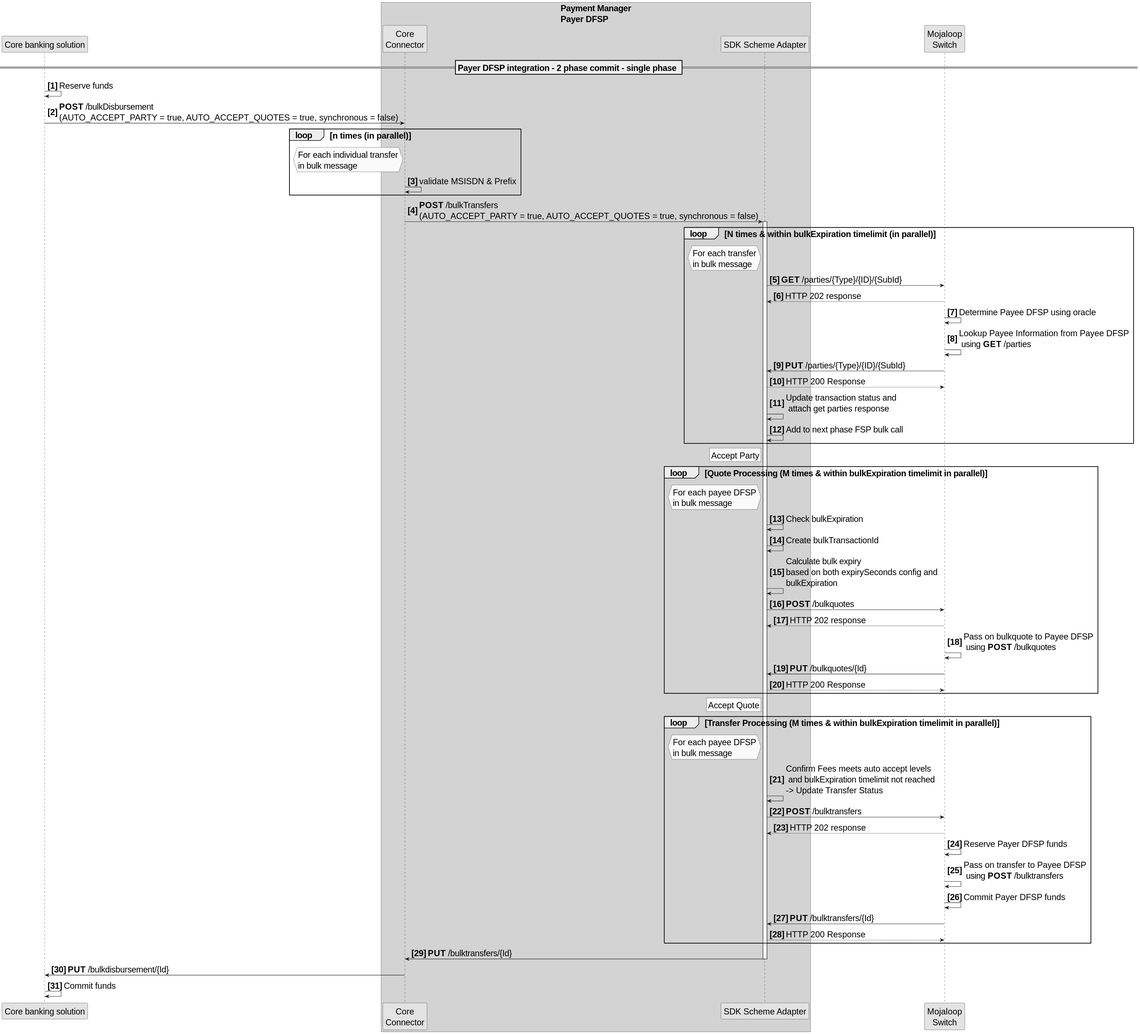
mojaloop/documentation keeps this PlantUML diagram as docs/technical/sdk-scheme-adapter/assets/sequence/PayerDFSPBulkSinglePhasePattern.svg. Above is the earlier version.
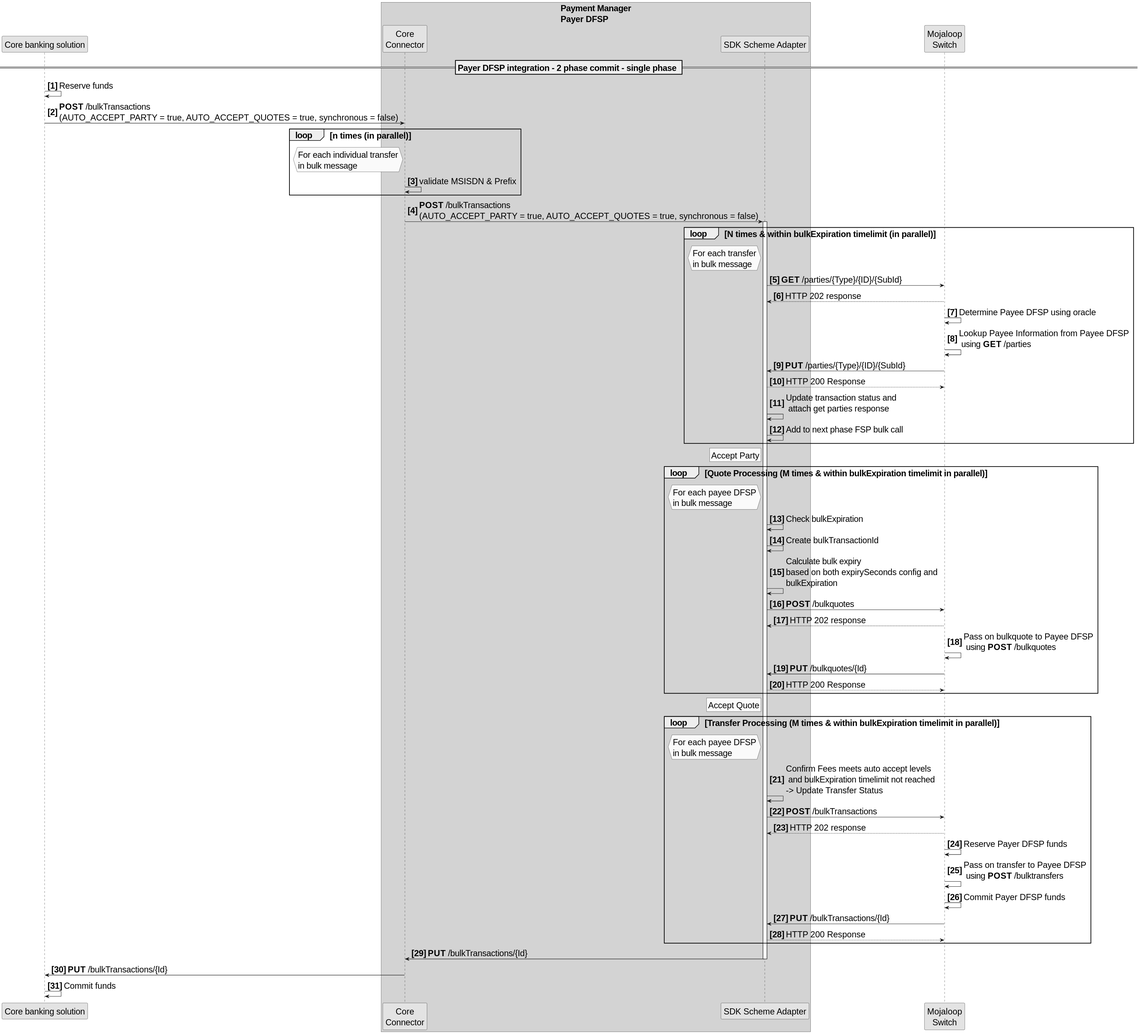
Above is the later version.

The edit, as a diff of the source:
```diff
@@ -17,7 +17,7 @@
 == Payer DFSP integration - 2 phase commit - single phase ==
 
 CBS->CBS: Reserve funds
-CBS->CC: **POST** /bulkDisbursement \n(AUTO_ACCEPT_PARTY = true, AUTO_ACCEPT_QUOTES = true, synchronous = false)
+CBS->CC: **POST** /bulkTransactions \n(AUTO_ACCEPT_PARTY = true, AUTO_ACCEPT_QUOTES = true, synchronous = false)
 Loop n times  (in parallel)
     hnote left of CC
         For each individual transfer
@@ -25,7 +25,7 @@
     end hnote
     CC -> CC: validate MSISDN & Prefix
 end Loop
-CC->MC: **POST** /bulkTransfers \n(AUTO_ACCEPT_PARTY = true, AUTO_ACCEPT_QUOTES = true, synchronous = false)
+CC->MC: **POST** /bulkTransactions \n(AUTO_ACCEPT_PARTY = true, AUTO_ACCEPT_QUOTES = true, synchronous = false)
 activate MC
 loop N times & within bulkExpiration timelimit  (in parallel)
 hnote left of MC
@@ -71,19 +71,19 @@
   end hnote
   MC -> MC: Confirm Fees meets auto accept levels\n and bulkExpiration timelimit not reached \n-> Update Transfer Status
 
-  MC->Switch: **POST** /bulktransfers
+  MC->Switch: **POST** /bulkTransactions
   Switch-->MC: HTTP 202 response
   Switch->Switch: Reserve Payer DFSP funds
   Switch->Switch: Pass on transfer to Payee DFSP\n using **POST** /bulktransfers
   Switch->Switch: Commit Payer DFSP funds
-  Switch->MC: **PUT** /bulktransfers/{Id}
+  Switch->MC: **PUT** /bulkTransactions/{Id}
   MC-->Switch: HTTP 200 Response
 end loop
 
-MC->CC: **PUT** /bulktransfers/{Id}
+MC->CC: **PUT** /bulkTransactions/{Id}
 
 deactivate MC
-CC->CBS: **PUT** /bulkdisbursement/{Id}
+CC->CBS: **PUT** /bulkTransactions/{Id}
 CBS->CBS: Commit funds
 
 @enduml
```
